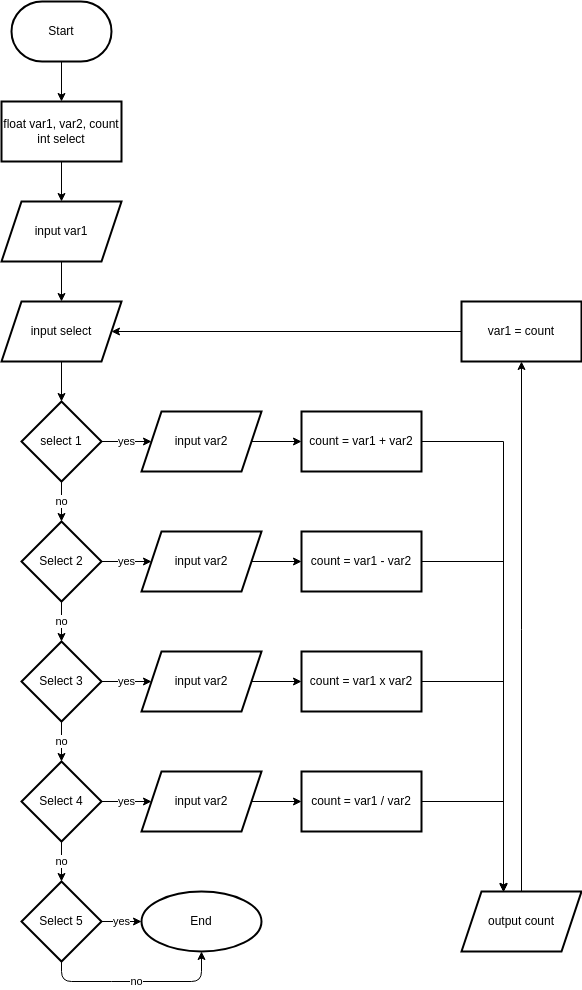
naufaliksham/workshop22-learn keeps this draw.io diagram as img/Flowchart.png. Above is the earlier version. Source tidied: cells renumbered, new cells last; positions are measured from the earlier drawing's top-left corner, leaving out a move shared by most shapes. The source it was exported from:
```xml
<mxGraphModel>
  <root>
    <mxCell id="0" />
    <mxCell id="1" parent="0" />
    <mxCell id="2" style="edgeStyle=orthogonalEdgeStyle;rounded=0;jettySize=auto;html=1;" parent="1" edge="1" source="3" target="4">
      <mxGeometry relative="1" as="geometry" />
    </mxCell>
    <mxCell id="3" value="Start" style="strokeWidth=2;html=1;shape=mxgraph.flowchart.terminator;whiteSpace=wrap;" parent="1" vertex="1">
      <mxGeometry x="10" width="100" height="60" as="geometry" />
    </mxCell>
    <mxCell id="4" value="&lt;div&gt;float var1, var2, count&lt;/div&gt;&lt;div&gt;int select&lt;br&gt;&lt;/div&gt;" style="whiteSpace=wrap;html=1;strokeWidth=2;" parent="1" vertex="1">
      <mxGeometry y="100" width="120" height="60" as="geometry" />
    </mxCell>
    <mxCell id="5" style="edgeStyle=orthogonalEdgeStyle;rounded=0;jettySize=auto;html=1;" parent="1" edge="1" target="7">
      <mxGeometry relative="1" as="geometry">
        <mxPoint x="60" y="160" as="sourcePoint" />
      </mxGeometry>
    </mxCell>
    <mxCell id="6" style="edgeStyle=orthogonalEdgeStyle;rounded=0;jettySize=auto;html=1;" parent="1" edge="1" target="10">
      <mxGeometry relative="1" as="geometry">
        <mxPoint x="60" y="360" as="sourcePoint" />
      </mxGeometry>
    </mxCell>
    <mxCell id="7" value="&lt;div&gt;input var1&lt;br&gt;&lt;/div&gt;" style="shape=parallelogram;perimeter=parallelogramPerimeter;whiteSpace=wrap;html=1;fixedSize=1;strokeWidth=2;" parent="1" vertex="1">
      <mxGeometry y="200" width="120" height="60" as="geometry" />
    </mxCell>
    <mxCell id="8" value="no" style="edgeStyle=orthogonalEdgeStyle;rounded=0;jettySize=auto;html=1;" parent="1" edge="1" source="10" target="12">
      <mxGeometry relative="1" as="geometry" />
    </mxCell>
    <mxCell id="9" value="yes" style="edgeStyle=orthogonalEdgeStyle;rounded=0;jettySize=auto;html=1;" parent="1" edge="1" source="10" target="19">
      <mxGeometry relative="1" as="geometry" />
    </mxCell>
    <mxCell id="10" value="select 1" style="rhombus;whiteSpace=wrap;html=1;strokeWidth=2;" parent="1" vertex="1">
      <mxGeometry x="20" y="400" width="80" height="80" as="geometry" />
    </mxCell>
    <mxCell id="11" value="no" style="edgeStyle=orthogonalEdgeStyle;rounded=0;jettySize=auto;html=1;" parent="1" edge="1" source="12" target="14">
      <mxGeometry relative="1" as="geometry" />
    </mxCell>
    <mxCell id="12" value="Select 2" style="rhombus;whiteSpace=wrap;html=1;strokeWidth=2;" parent="1" vertex="1">
      <mxGeometry x="20" y="520" width="80" height="80" as="geometry" />
    </mxCell>
    <mxCell id="13" value="no" style="edgeStyle=orthogonalEdgeStyle;rounded=0;jettySize=auto;html=1;" parent="1" edge="1" source="14" target="17">
      <mxGeometry relative="1" as="geometry" />
    </mxCell>
    <mxCell id="14" value="Select 3" style="rhombus;whiteSpace=wrap;html=1;strokeWidth=2;" parent="1" vertex="1">
      <mxGeometry x="20" y="640" width="80" height="80" as="geometry" />
    </mxCell>
    <mxCell id="15" value="yes" style="edgeStyle=none;html=1;" parent="1" edge="1" source="45" target="43">
      <mxGeometry relative="1" as="geometry" />
    </mxCell>
    <mxCell id="16" value="no" style="edgeStyle=none;html=1;" parent="1" edge="1" source="17" target="45">
      <mxGeometry relative="1" as="geometry" />
    </mxCell>
    <mxCell id="17" value="Select 4" style="rhombus;whiteSpace=wrap;html=1;strokeWidth=2;" parent="1" vertex="1">
      <mxGeometry x="20" y="760" width="80" height="80" as="geometry" />
    </mxCell>
    <mxCell id="18" style="edgeStyle=orthogonalEdgeStyle;rounded=0;jettySize=auto;html=1;" parent="1" edge="1" source="19" target="27">
      <mxGeometry relative="1" as="geometry" />
    </mxCell>
    <mxCell id="19" value="input var2" style="shape=parallelogram;perimeter=parallelogramPerimeter;whiteSpace=wrap;html=1;fixedSize=1;strokeWidth=2;" parent="1" vertex="1">
      <mxGeometry x="140" y="410" width="120" height="60" as="geometry" />
    </mxCell>
    <mxCell id="20" value="yes" style="edgeStyle=orthogonalEdgeStyle;rounded=0;jettySize=auto;html=1;" parent="1" edge="1" target="21">
      <mxGeometry relative="1" as="geometry">
        <mxPoint x="100" y="560" as="sourcePoint" />
      </mxGeometry>
    </mxCell>
    <mxCell id="21" value="input var2" style="shape=parallelogram;perimeter=parallelogramPerimeter;whiteSpace=wrap;html=1;fixedSize=1;strokeWidth=2;" parent="1" vertex="1">
      <mxGeometry x="140" y="530" width="120" height="60" as="geometry" />
    </mxCell>
    <mxCell id="22" value="yes" style="edgeStyle=orthogonalEdgeStyle;rounded=0;jettySize=auto;html=1;" parent="1" edge="1" target="23">
      <mxGeometry relative="1" as="geometry">
        <mxPoint x="100" y="680" as="sourcePoint" />
      </mxGeometry>
    </mxCell>
    <mxCell id="23" value="input var2" style="shape=parallelogram;perimeter=parallelogramPerimeter;whiteSpace=wrap;html=1;fixedSize=1;strokeWidth=2;" parent="1" vertex="1">
      <mxGeometry x="140" y="650" width="120" height="60" as="geometry" />
    </mxCell>
    <mxCell id="24" value="yes" style="edgeStyle=orthogonalEdgeStyle;rounded=0;jettySize=auto;html=1;" parent="1" edge="1" target="25">
      <mxGeometry relative="1" as="geometry">
        <mxPoint x="100" y="800" as="sourcePoint" />
      </mxGeometry>
    </mxCell>
    <mxCell id="25" value="input var2" style="shape=parallelogram;perimeter=parallelogramPerimeter;whiteSpace=wrap;html=1;fixedSize=1;strokeWidth=2;" parent="1" vertex="1">
      <mxGeometry x="140" y="770" width="120" height="60" as="geometry" />
    </mxCell>
    <mxCell id="26" style="edgeStyle=orthogonalEdgeStyle;rounded=0;jettySize=auto;html=1;entryX=0.35;entryY=-0.003;entryDx=0;entryDy=0;entryPerimeter=0;" parent="1" edge="1" source="27" target="40">
      <mxGeometry relative="1" as="geometry" />
    </mxCell>
    <mxCell id="27" value="count = var1 + var2" style="whiteSpace=wrap;html=1;strokeWidth=2;" parent="1" vertex="1">
      <mxGeometry x="300" y="410" width="120" height="60" as="geometry" />
    </mxCell>
    <mxCell id="28" style="edgeStyle=orthogonalEdgeStyle;rounded=0;jettySize=auto;html=1;" parent="1" edge="1" target="30">
      <mxGeometry relative="1" as="geometry">
        <mxPoint x="250" y="560" as="sourcePoint" />
      </mxGeometry>
    </mxCell>
    <mxCell id="29" style="edgeStyle=orthogonalEdgeStyle;rounded=0;jettySize=auto;html=1;entryX=0.35;entryY=0.005;entryDx=0;entryDy=0;entryPerimeter=0;" parent="1" edge="1" source="30" target="40">
      <mxGeometry relative="1" as="geometry" />
    </mxCell>
    <mxCell id="30" value="count = var1 - var2" style="whiteSpace=wrap;html=1;strokeWidth=2;" parent="1" vertex="1">
      <mxGeometry x="300" y="530" width="120" height="60" as="geometry" />
    </mxCell>
    <mxCell id="31" style="edgeStyle=orthogonalEdgeStyle;rounded=0;jettySize=auto;html=1;" parent="1" edge="1" target="33">
      <mxGeometry relative="1" as="geometry">
        <mxPoint x="250" y="680" as="sourcePoint" />
      </mxGeometry>
    </mxCell>
    <mxCell id="32" style="edgeStyle=orthogonalEdgeStyle;rounded=0;jettySize=auto;html=1;entryX=0.35;entryY=0.002;entryDx=0;entryDy=0;entryPerimeter=0;" parent="1" edge="1" source="33" target="40">
      <mxGeometry relative="1" as="geometry" />
    </mxCell>
    <mxCell id="33" value="count = var1 x var2" style="whiteSpace=wrap;html=1;strokeWidth=2;" parent="1" vertex="1">
      <mxGeometry x="300" y="650" width="120" height="60" as="geometry" />
    </mxCell>
    <mxCell id="34" style="edgeStyle=orthogonalEdgeStyle;rounded=0;jettySize=auto;html=1;exitX=1;exitY=0.5;exitDx=0;exitDy=0;" parent="1" edge="1" source="25" target="36">
      <mxGeometry relative="1" as="geometry" />
    </mxCell>
    <mxCell id="35" style="edgeStyle=orthogonalEdgeStyle;rounded=0;jettySize=auto;html=1;entryX=0.35;entryY=0.011;entryDx=0;entryDy=0;entryPerimeter=0;" parent="1" edge="1" source="36" target="40">
      <mxGeometry relative="1" as="geometry" />
    </mxCell>
    <mxCell id="36" value="count = var1 / var2" style="whiteSpace=wrap;html=1;strokeWidth=2;" parent="1" vertex="1">
      <mxGeometry x="300" y="770" width="120" height="60" as="geometry" />
    </mxCell>
    <mxCell id="37" style="edgeStyle=orthogonalEdgeStyle;rounded=0;jettySize=auto;html=1;" parent="1" edge="1" target="38">
      <mxGeometry relative="1" as="geometry">
        <mxPoint x="60" y="260" as="sourcePoint" />
      </mxGeometry>
    </mxCell>
    <mxCell id="38" value="&lt;div&gt;input select&lt;/div&gt;" style="shape=parallelogram;perimeter=parallelogramPerimeter;whiteSpace=wrap;html=1;fixedSize=1;strokeWidth=2;" parent="1" vertex="1">
      <mxGeometry y="300" width="120" height="60" as="geometry" />
    </mxCell>
    <mxCell id="39" style="edgeStyle=orthogonalEdgeStyle;rounded=0;jettySize=auto;html=1;" parent="1" edge="1" source="40" target="42">
      <mxGeometry relative="1" as="geometry" />
    </mxCell>
    <mxCell id="40" value="output count" style="shape=parallelogram;perimeter=parallelogramPerimeter;whiteSpace=wrap;html=1;fixedSize=1;strokeWidth=2;" parent="1" vertex="1">
      <mxGeometry x="460" y="890" width="120" height="60" as="geometry" />
    </mxCell>
    <mxCell id="41" style="edgeStyle=orthogonalEdgeStyle;rounded=0;jettySize=auto;html=1;entryX=1;entryY=0.5;entryDx=0;entryDy=0;" parent="1" edge="1" source="42" target="38">
      <mxGeometry relative="1" as="geometry" />
    </mxCell>
    <mxCell id="42" value="var1 = count" style="whiteSpace=wrap;html=1;strokeWidth=2;" parent="1" vertex="1">
      <mxGeometry x="460" y="300" width="120" height="60" as="geometry" />
    </mxCell>
    <mxCell id="43" value="End" style="ellipse;whiteSpace=wrap;html=1;strokeWidth=2;" parent="1" vertex="1">
      <mxGeometry x="140" y="890" width="120" height="60" as="geometry" />
    </mxCell>
    <mxCell id="44" value="no" style="edgeStyle=none;html=1;entryX=0.5;entryY=1;entryDx=0;entryDy=0;exitX=0.5;exitY=1;exitDx=0;exitDy=0;" parent="1" edge="1" source="45" target="43">
      <mxGeometry relative="1" as="geometry">
        <Array as="points">
          <mxPoint x="60" y="980" />
          <mxPoint x="120" y="980" />
          <mxPoint x="200" y="980" />
        </Array>
      </mxGeometry>
    </mxCell>
    <mxCell id="45" value="Select 5" style="rhombus;whiteSpace=wrap;html=1;strokeWidth=2;" parent="1" vertex="1">
      <mxGeometry x="20" y="880" width="80" height="80" as="geometry" />
    </mxCell>
  </root>
</mxGraphModel>
```
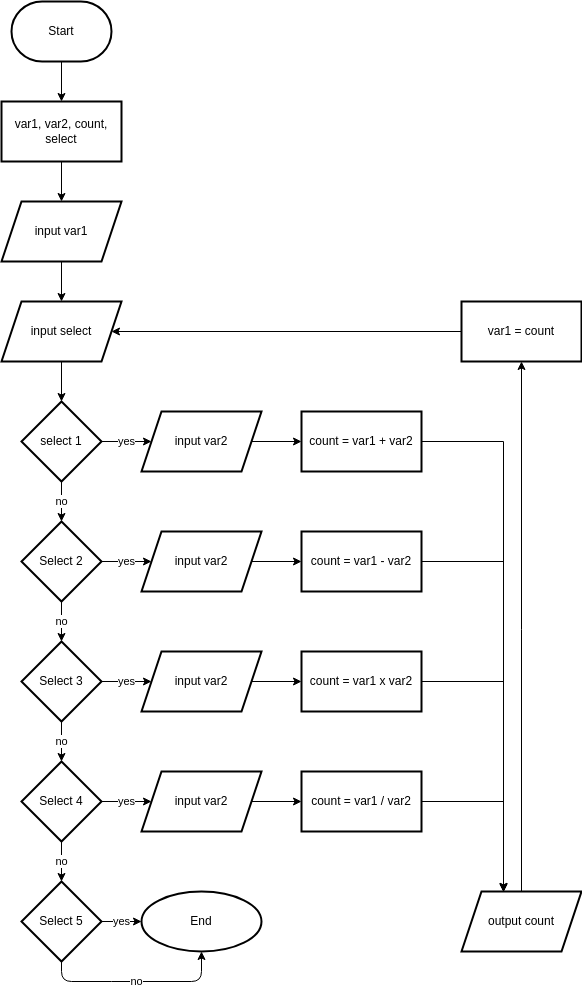
After the commit.

Commit message:
Ganti flowchart

Diff of the diagram source:
```diff
@@ -8,7 +8,7 @@
     <mxCell id="3" value="Start" style="strokeWidth=2;html=1;shape=mxgraph.flowchart.terminator;whiteSpace=wrap;" parent="1" vertex="1">
       <mxGeometry x="10" width="100" height="60" as="geometry" />
     </mxCell>
-    <mxCell id="4" value="&lt;div&gt;float var1, var2, count&lt;/div&gt;&lt;div&gt;int select&lt;br&gt;&lt;/div&gt;" style="whiteSpace=wrap;html=1;strokeWidth=2;" parent="1" vertex="1">
+    <mxCell id="4" value="&lt;div&gt;var1, var2, count, s&lt;span&gt;elect&lt;/span&gt;&lt;/div&gt;" style="whiteSpace=wrap;html=1;strokeWidth=2;" parent="1" vertex="1">
       <mxGeometry y="100" width="120" height="60" as="geometry" />
     </mxCell>
     <mxCell id="5" style="edgeStyle=orthogonalEdgeStyle;rounded=0;jettySize=auto;html=1;" parent="1" edge="1" target="7">
```
